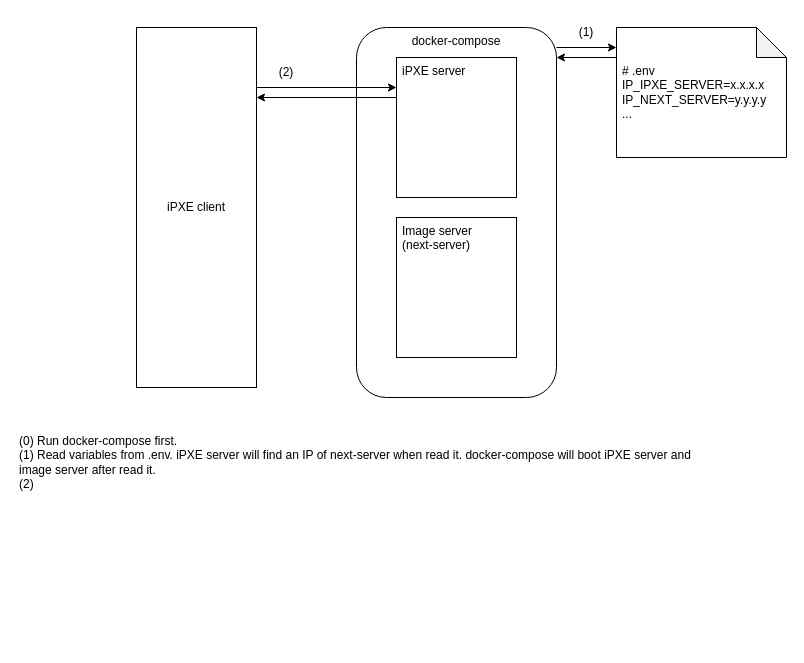
The draw.io diagram img/Diagrams.drawio in TsutomuNakamura/ipxe-boot, before the edit. Source tidied: cells renumbered, new cells numbered last; positions are measured from the earlier drawing's top-left corner, leaving out a move shared by most shapes. Both pictures are drawn from the tidied source at 100%, with x=0, y=0 at pixel (17, 17).
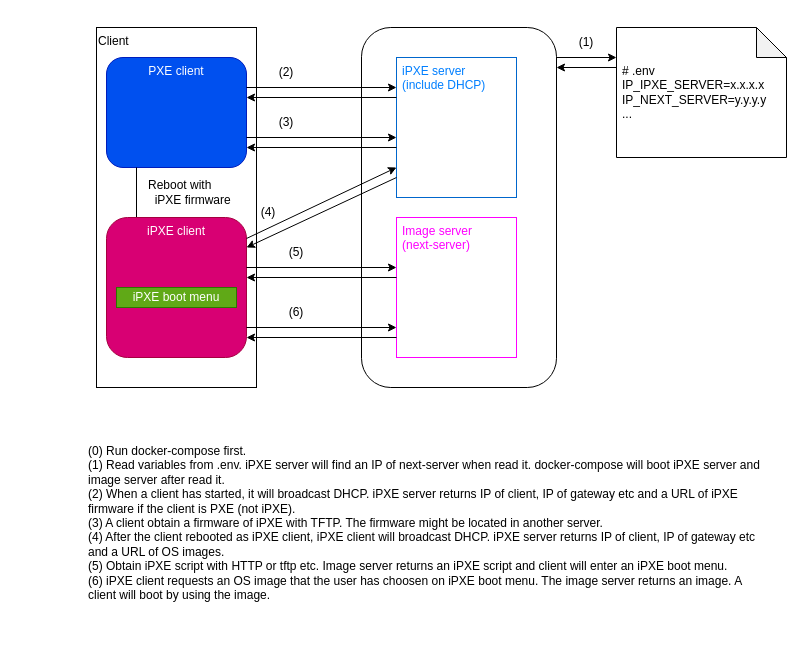
After the change.

Diff of the diagram source:
```diff
@@
+    <mxCell id="14" style="rounded=1;whiteSpace=wrap;html=1;align=left;" parent="1" vertex="1">
+      <mxGeometry x="344" y="10" width="195" height="360" as="geometry" />
+    </mxCell>
-    <mxCell id="2" value="iPXE client" style="rounded=0;whiteSpace=wrap;html=1;" parent="1" vertex="1">
-      <mxGeometry x="119" y="10" width="120" height="360" as="geometry" />
+    <mxCell id="2" value="Client" style="rounded=0;whiteSpace=wrap;html=1;horizontal=1;align=left;verticalAlign=top;" parent="1" vertex="1">
+      <mxGeometry x="79" y="10" width="160" height="360" as="geometry" />
     </mxCell>
-    <mxCell id="3" value="docker-compose" style="rounded=1;whiteSpace=wrap;html=1;verticalAlign=top;align=center;spacingLeft=0;" parent="1" vertex="1">
-      <mxGeometry x="339" y="10" width="200" height="370" as="geometry" />
+    <mxCell id="3" value="PXE client" style="rounded=1;whiteSpace=wrap;html=1;verticalAlign=top;align=center;spacingLeft=0;fillColor=#0050ef;fontColor=#ffffff;strokeColor=#001DBC;" parent="1" vertex="1">
+      <mxGeometry x="89" y="40" width="140" height="110" as="geometry" />
     </mxCell>
@@
     <mxCell id="5" style="endArrow=classic;html=1;rounded=0;" parent="1" edge="1">
       <mxGeometry relative="1" as="geometry">
-        <mxPoint x="539" y="30" as="sourcePoint" />
-        <mxPoint x="599" y="30" as="targetPoint" />
+        <mxPoint x="539" y="40" as="sourcePoint" />
+        <mxPoint x="599" y="40" as="targetPoint" />
       </mxGeometry>
     </mxCell>
     <mxCell id="6" value="&lt;font style=&quot;font-size: 12px;&quot;&gt;(1)&lt;/font&gt;" style="text;html=1;strokeColor=none;fillColor=none;align=center;verticalAlign=middle;whiteSpace=wrap;rounded=0;" parent="1" vertex="1">
-      <mxGeometry x="549" width="40" height="30" as="geometry" />
+      <mxGeometry x="549" y="10" width="40" height="30" as="geometry" />
     </mxCell>
     <mxCell id="7" style="endArrow=classic;html=1;rounded=0;" parent="1" edge="1">
       <mxGeometry relative="1" as="geometry">
-        <mxPoint x="599" y="40" as="sourcePoint" />
-        <mxPoint x="539" y="40" as="targetPoint" />
+        <mxPoint x="599" y="50" as="sourcePoint" />
+        <mxPoint x="539" y="50" as="targetPoint" />
       </mxGeometry>
     </mxCell>
-    <mxCell id="8" value="iPXE server&lt;br&gt;" style="rounded=0;whiteSpace=wrap;html=1;verticalAlign=top;align=left;spacingLeft=4;" parent="1" vertex="1">
+    <mxCell id="8" value="&lt;font color=&quot;#007fff&quot;&gt;iPXE server&lt;br&gt;(include DHCP)&lt;br&gt;&lt;/font&gt;" style="rounded=0;whiteSpace=wrap;html=1;verticalAlign=top;align=left;spacingLeft=4;strokeColor=#0066CC;" parent="1" vertex="1">
       <mxGeometry x="379" y="40" width="120" height="140" as="geometry" />
     </mxCell>
-    <mxCell id="9" value="Image server&lt;br&gt;(next-server)" style="rounded=0;whiteSpace=wrap;html=1;verticalAlign=top;align=left;spacingLeft=4;" parent="1" vertex="1">
+    <mxCell id="9" value="&lt;font color=&quot;#ff00ff&quot;&gt;Image server&lt;br&gt;(next-server)&lt;/font&gt;" style="rounded=0;whiteSpace=wrap;html=1;verticalAlign=top;align=left;spacingLeft=4;strokeColor=#FF00FF;" parent="1" vertex="1">
       <mxGeometry x="379" y="200" width="120" height="140" as="geometry" />
     </mxCell>
-    <mxCell id="10" value="(0) Run docker-compose first.&lt;br&gt;(1) Read variables from .env. iPXE server will find an IP of next-server when read it. docker-compose will boot iPXE server and image server after read it.&lt;br&gt;(2)&amp;nbsp;" style="text;html=1;strokeColor=none;fillColor=none;align=left;verticalAlign=top;whiteSpace=wrap;rounded=0;" parent="1" vertex="1">
-      <mxGeometry y="410" width="680" height="100" as="geometry" />
+    <mxCell id="10" value="(0) Run docker-compose first.&lt;br&gt;(1) Read variables from .env. iPXE server will find an IP of next-server when read it. docker-compose will boot iPXE server and image server after read it.&lt;br&gt;(2) When a client has started, it will broadcast DHCP. iPXE server returns IP of client, IP of gateway etc and a URL of iPXE firmware if the client is PXE (not iPXE).&lt;br&gt;(3) A client obtain a firmware of iPXE with TFTP. The firmware might be located in another server.&lt;br&gt;(4) After the client rebooted as iPXE client, iPXE client will broadcast DHCP. iPXE server returns IP of client, IP of gateway etc and a URL of OS images.&lt;br&gt;(5) Obtain iPXE script with HTTP or tftp etc. Image server returns an iPXE script and client will enter an iPXE boot menu.&lt;br&gt;(6) iPXE client requests an OS image that the user has choosen on iPXE boot menu. The image server returns an image. A client will boot by using the image.&lt;br&gt;&lt;br&gt;&lt;br&gt;&amp;nbsp;" style="text;html=1;strokeColor=none;fillColor=none;align=left;verticalAlign=top;whiteSpace=wrap;rounded=0;" parent="1" vertex="1">
+      <mxGeometry x="69" y="420" width="680" height="170" as="geometry" />
     </mxCell>
@@
     <mxCell id="12" style="endArrow=classic;html=1;rounded=0;" parent="1" edge="1">
       <mxGeometry relative="1" as="geometry">
-        <mxPoint x="239" y="70" as="sourcePoint" />
+        <mxPoint x="229" y="70" as="sourcePoint" />
         <mxPoint x="379" y="70" as="targetPoint" />
       </mxGeometry>
     </mxCell>
     <mxCell id="13" style="endArrow=classic;html=1;rounded=0;" parent="1" edge="1">
       <mxGeometry relative="1" as="geometry">
         <mxPoint x="379" y="80" as="sourcePoint" />
-        <mxPoint x="239" y="80" as="targetPoint" />
+        <mxPoint x="229" y="80" as="targetPoint" />
       </mxGeometry>
     </mxCell>
+    <mxCell id="15" value="&lt;font style=&quot;font-size: 12px;&quot;&gt;(3)&lt;/font&gt;" style="text;html=1;strokeColor=none;fillColor=none;align=center;verticalAlign=middle;whiteSpace=wrap;rounded=0;" parent="1" vertex="1">
+      <mxGeometry x="249" y="90" width="40" height="30" as="geometry" />
+    </mxCell>
+    <mxCell id="16" style="endArrow=classic;html=1;rounded=0;" parent="1" edge="1">
+      <mxGeometry relative="1" as="geometry">
+        <mxPoint x="229" y="120" as="sourcePoint" />
+        <mxPoint x="379" y="120" as="targetPoint" />
+      </mxGeometry>
+    </mxCell>
+    <mxCell id="17" style="endArrow=classic;html=1;rounded=0;" parent="1" edge="1">
+      <mxGeometry relative="1" as="geometry">
+        <mxPoint x="379" y="130" as="sourcePoint" />
+        <mxPoint x="229" y="130" as="targetPoint" />
+      </mxGeometry>
+    </mxCell>
+    <mxCell id="18" style="endArrow=classic;html=1;rounded=0;" parent="1" edge="1">
+      <mxGeometry relative="1" as="geometry">
+        <mxPoint x="119" y="150" as="sourcePoint" />
+        <mxPoint x="119" y="210" as="targetPoint" />
+      </mxGeometry>
+    </mxCell>
+    <mxCell id="19" value="Reboot with &lt;br&gt;&amp;nbsp; iPXE firmware" style="text;html=1;strokeColor=none;fillColor=none;align=left;verticalAlign=middle;whiteSpace=wrap;rounded=0;" parent="1" vertex="1">
+      <mxGeometry x="129" y="160" width="110" height="30" as="geometry" />
+    </mxCell>
+    <mxCell id="20" value="iPXE client" style="rounded=1;whiteSpace=wrap;html=1;verticalAlign=top;align=center;spacingLeft=0;fillColor=#d80073;fontColor=#ffffff;strokeColor=#A50040;" parent="1" vertex="1">
+      <mxGeometry x="89" y="200" width="140" height="140" as="geometry" />
+    </mxCell>
+    <mxCell id="21" value="&lt;font style=&quot;font-size: 12px;&quot;&gt;(4)&lt;/font&gt;" style="text;html=1;strokeColor=none;fillColor=none;align=center;verticalAlign=middle;whiteSpace=wrap;rounded=0;" parent="1" vertex="1">
+      <mxGeometry x="231" y="180" width="40" height="30" as="geometry" />
+    </mxCell>
+    <mxCell id="22" style="endArrow=classic;html=1;rounded=0;" parent="1" edge="1">
+      <mxGeometry relative="1" as="geometry">
+        <mxPoint x="229" y="221" as="sourcePoint" />
+        <mxPoint x="379" y="150" as="targetPoint" />
+      </mxGeometry>
+    </mxCell>
+    <mxCell id="23" style="endArrow=classic;html=1;rounded=0;" parent="1" edge="1">
+      <mxGeometry relative="1" as="geometry">
+        <mxPoint x="379" y="160" as="sourcePoint" />
+        <mxPoint x="229" y="230" as="targetPoint" />
+      </mxGeometry>
+    </mxCell>
+    <mxCell id="24" value="&lt;font style=&quot;font-size: 12px;&quot;&gt;(5)&lt;/font&gt;" style="text;html=1;strokeColor=none;fillColor=none;align=center;verticalAlign=middle;whiteSpace=wrap;rounded=0;" parent="1" vertex="1">
+      <mxGeometry x="259" y="220" width="40" height="30" as="geometry" />
+    </mxCell>
+    <mxCell id="25" style="endArrow=classic;html=1;rounded=0;" parent="1" edge="1">
+      <mxGeometry relative="1" as="geometry">
+        <mxPoint x="229" y="250" as="sourcePoint" />
+        <mxPoint x="379" y="250" as="targetPoint" />
+      </mxGeometry>
+    </mxCell>
+    <mxCell id="26" style="endArrow=classic;html=1;rounded=0;" parent="1" edge="1">
+      <mxGeometry relative="1" as="geometry">
+        <mxPoint x="379" y="260" as="sourcePoint" />
+        <mxPoint x="229" y="260" as="targetPoint" />
+      </mxGeometry>
+    </mxCell>
+    <mxCell id="27" value="iPXE boot menu" style="rounded=0;whiteSpace=wrap;html=1;fillColor=#60a917;fontColor=#ffffff;strokeColor=#2D7600;" parent="1" vertex="1">
+      <mxGeometry x="99" y="270" width="120" height="20" as="geometry" />
+    </mxCell>
+    <mxCell id="28" value="&lt;font style=&quot;font-size: 12px;&quot;&gt;(6)&lt;/font&gt;" style="text;html=1;strokeColor=none;fillColor=none;align=center;verticalAlign=middle;whiteSpace=wrap;rounded=0;" parent="1" vertex="1">
+      <mxGeometry x="259" y="280" width="40" height="30" as="geometry" />
+    </mxCell>
+    <mxCell id="29" style="endArrow=classic;html=1;rounded=0;" parent="1" edge="1">
+      <mxGeometry relative="1" as="geometry">
+        <mxPoint x="229" y="310" as="sourcePoint" />
+        <mxPoint x="379" y="310" as="targetPoint" />
+      </mxGeometry>
+    </mxCell>
+    <mxCell id="30" style="endArrow=classic;html=1;rounded=0;" parent="1" edge="1">
+      <mxGeometry relative="1" as="geometry">
+        <mxPoint x="379" y="320" as="sourcePoint" />
+        <mxPoint x="229" y="320" as="targetPoint" />
+      </mxGeometry>
+    </mxCell>
```
